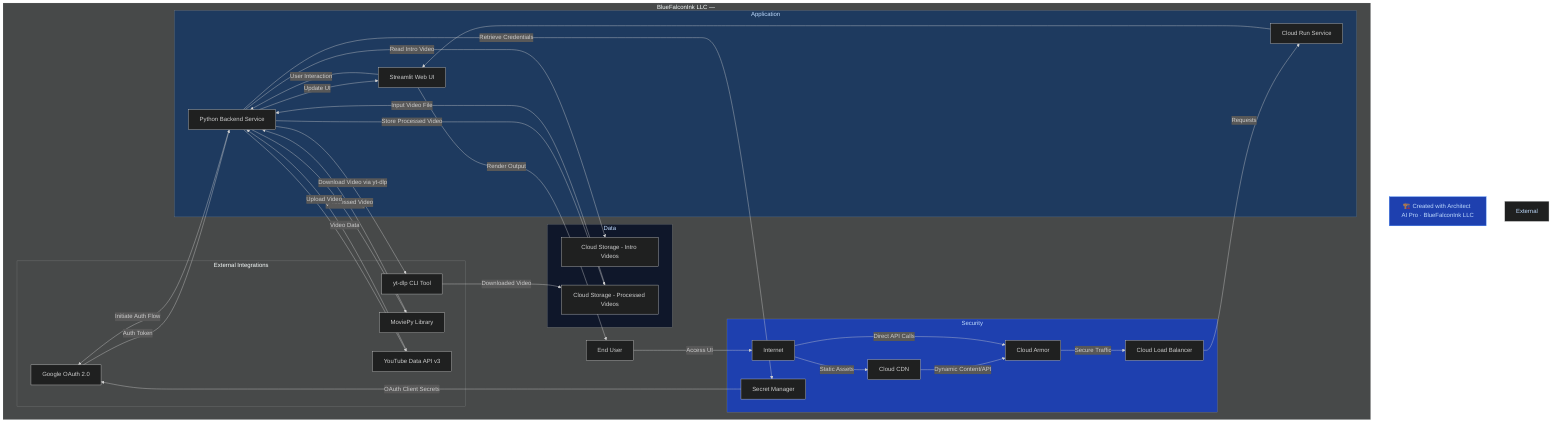
Earlier version of the Mermaid export docs/architecture.png (koreric75/clipstream). Its source is kept beside it as docs/architecture.mermaid.
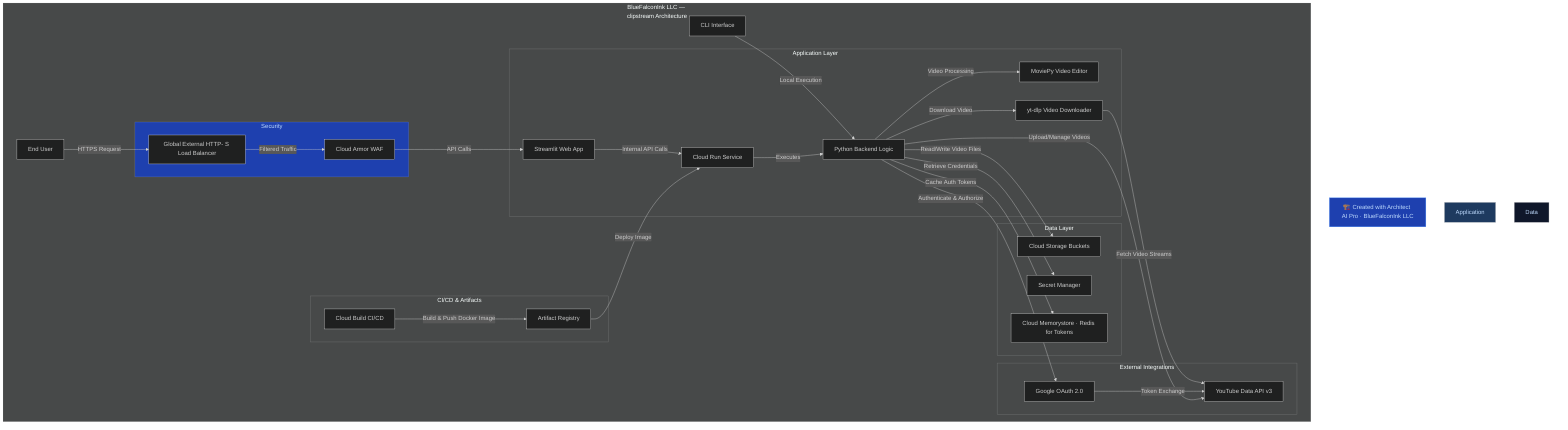
Later version of the same file.

Commit message:
docs: auto-update architecture diagram via Architect AI Pro [skip ci]

Change to the diagram source:
```diff
@@ -1,59 +1,55 @@
 graph TD
-    subgraph "BlueFalconInk LLC — Clipstream Architecture"
+    subgraph "BlueFalconInk LLC — clipstream Architecture"
         User[End User]
+        CLI[CLI Interface]
 
         subgraph "Security"
-            Internet[Internet]
-            CloudCDN[Cloud CDN]
-            CloudArmor[Cloud Armor]
-            LoadBalancer[Cloud Load Balancer]
-            SecretManager[Secret Manager]
+            LoadBalancer[Global External HTTP- S Load Balancer]
+            CloudArmor[Cloud Armor WAF]
         end
 
-        subgraph "Application"
-            CloudRun[Cloud Run Service]
-            StreamlitApp[Streamlit Web UI]
-            PythonBackend[Python Backend Service]
+        subgraph "Application Layer"
+            StreamlitApp[Streamlit Web App]
+            CloudRunService[Cloud Run Service]
+            PythonBackend[Python Backend Logic]
+            MoviePy[MoviePy Video Editor]
+            YTDLP[yt-dlp Video Downloader]
         end
 
-        subgraph "Data"
-            GCSInput[Cloud Storage - Intro Videos]
-            GCSProcessed[Cloud Storage - Processed Videos]
+        subgraph "Data Layer"
+            CloudStorage[Cloud Storage Buckets]
+            SecretManager[Secret Manager]
+            CloudMemorystore[Cloud Memorystore · Redis for Tokens]
         end
 
         subgraph "External Integrations"
+            YouTubeAPI[YouTube Data API v3]
             GoogleOAuth[Google OAuth 2.0]
-            YouTubeAPI[YouTube Data API v3]
-            YTDLP[yt-dlp CLI Tool]
-            MoviePy[MoviePy Library]
         end
 
-        User -->|Access UI| Internet
-        Internet -->|Static Assets| CloudCDN
-        CloudCDN -->|Dynamic Content/API| CloudArmor
-        Internet -->|Direct API Calls| CloudArmor
-        CloudArmor -->|Secure Traffic| LoadBalancer
-        LoadBalancer -->|Requests| CloudRun
+        subgraph "CI/CD & Artifacts"
+            CloudBuild[Cloud Build CI/CD]
+            ArtifactRegistry[Artifact Registry]
+        end
 
-        CloudRun --> StreamlitApp
-        StreamlitApp -->|User Interaction| PythonBackend
+        User -->|HTTPS Request| LoadBalancer
+        CLI -->|Local Execution| PythonBackend
+        LoadBalancer -->|Filtered Traffic| CloudArmor
+        CloudArmor -->|API Calls| StreamlitApp
+        StreamlitApp -->|Internal API Calls| CloudRunService
+        CloudRunService -->|Executes| PythonBackend
+        PythonBackend -->|Video Processing| MoviePy
+        PythonBackend -->|Download Video| YTDLP
+        YTDLP -->|Fetch Video Streams| YouTubeAPI
+        PythonBackend -->|Read/Write Video Files| CloudStorage
         PythonBackend -->|Retrieve Credentials| SecretManager
-        SecretManager -->|OAuth Client Secrets| GoogleOAuth
-        PythonBackend -->|Initiate Auth Flow| GoogleOAuth
-        GoogleOAuth -->|Auth Token| PythonBackend
+        PythonBackend -->|Cache Auth Tokens| CloudMemorystore
+        PythonBackend -->|Authenticate & Authorize| GoogleOAuth
+        GoogleOAuth -->|Token Exchange| YouTubeAPI
+        PythonBackend -->|Upload/Manage Videos| YouTubeAPI
 
-        PythonBackend -->|Read Intro Video| GCSInput
-        PythonBackend -->|Download Video via yt-dlp| YTDLP
-        YTDLP -->|Downloaded Video| GCSProcessed
-        GCSProcessed -->|Input Video File| PythonBackend
-        PythonBackend -->|Video Stitching| MoviePy
-        MoviePy -->|Processed Video| PythonBackend
-        PythonBackend -->|Store Processed Video| GCSProcessed
-        PythonBackend -->|Upload Video| YouTubeAPI
-        YouTubeAPI -->|Video Data| PythonBackend
-        PythonBackend -->|Update UI| StreamlitApp
-        StreamlitApp -->|Render Output| User
-
+        CloudBuild -->|Build & Push Docker Image| ArtifactRegistry
+        ArtifactRegistry -->|Deploy Image| CloudRunService
     end
 
     FOOTER[🏗️ Created with Architect AI Pro · BlueFalconInk LLC]
@@ -61,5 +57,4 @@
     style Security fill:#1E40AF,color:#BFDBFE
     style Application fill:#1E3A5F,color:#BFDBFE
     style Data fill:#0F172A,color:#BFDBFE
-    style External Integrations fill:#60A5FA,color:#BFDBFE
     style FOOTER fill:#1E40AF,color:#BFDBFE,stroke:#3B82F6
```
